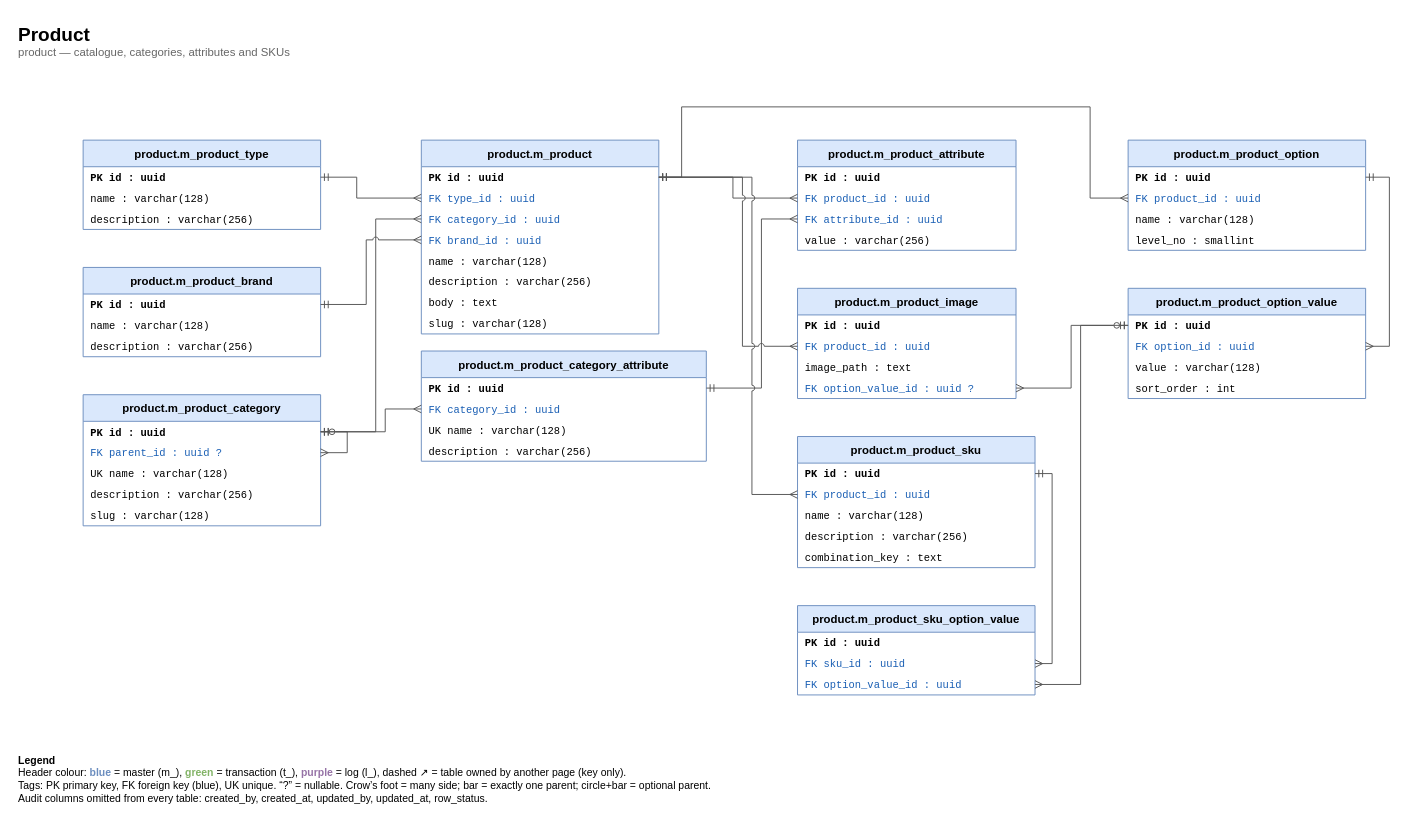
Earlier version of the draw.io diagram page "3 Product" (4 of 8) of e-commerce/db/er-diagram.drawio (ittikornsopawan/system-analysis-and-design). Source tidied: cells renumbered, new cells numbered last; positions are measured from the earlier drawing's top-left corner, leaving out a move shared by most shapes. Both pictures are drawn from the tidied source at 95%, with x=0, y=0 at pixel (16, 16).
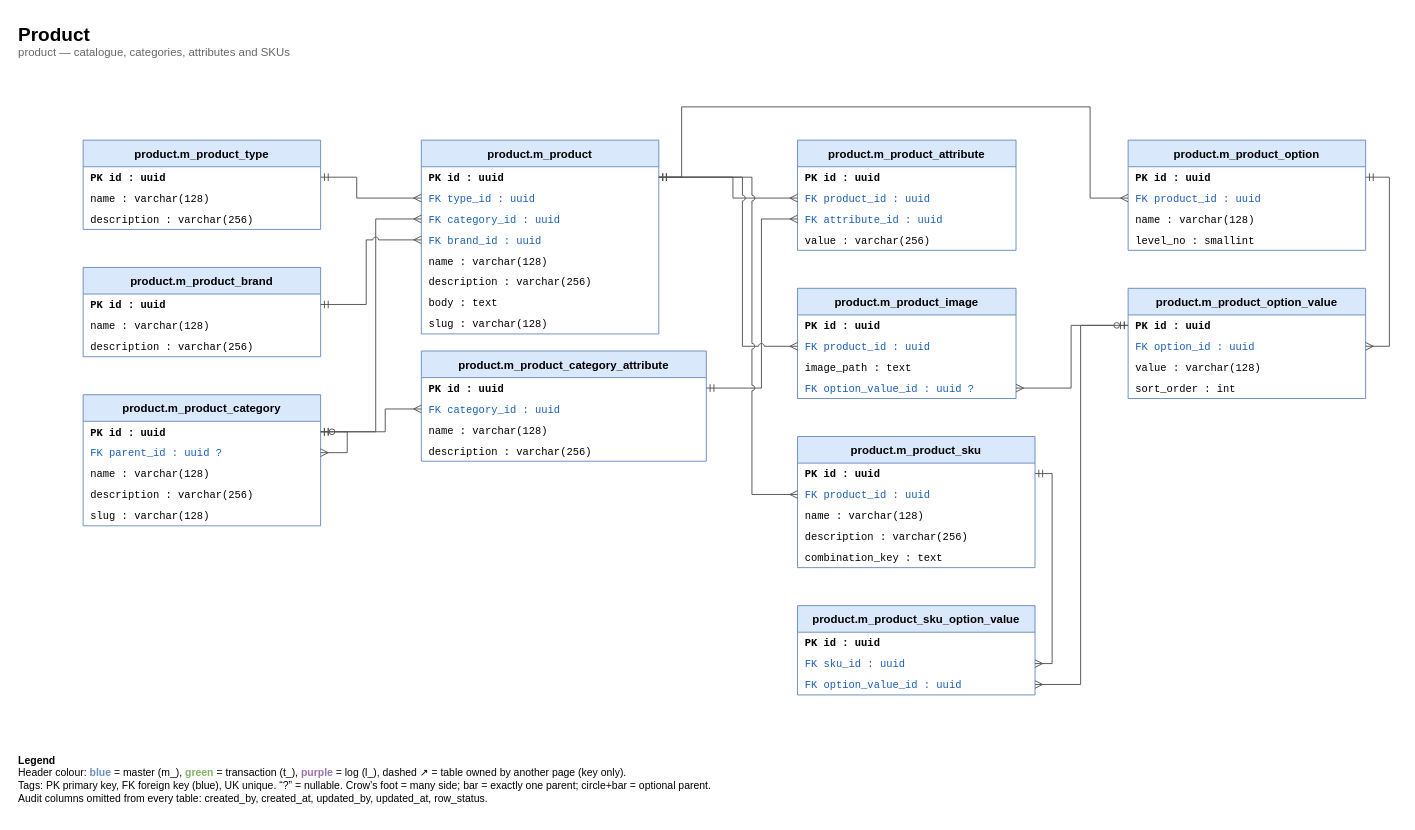
The same diagram, later.

Unchanged cells that the change refers to:
```xml
<mxCell id="11" value="product.m_product_category" style="swimlane;fontStyle=1;horizontal=1;startSize=28;fillColor=#dae8fc;strokeColor=#6c8ebf;swimlaneFillColor=#ffffff;fontSize=12;" parent="1" vertex="1">
  <mxGeometry x="70" y="398" width="250" height="138" as="geometry" />
</mxCell>
<mxCell id="26" value="product.m_product_category_attribute" style="swimlane;fontStyle=1;horizontal=1;startSize=28;fillColor=#dae8fc;strokeColor=#6c8ebf;swimlaneFillColor=#ffffff;fontSize=12;" parent="1" vertex="1">
  <mxGeometry x="426" y="352" width="300" height="116" as="geometry" />
</mxCell>
```

What changed in the source:
```diff
@@
-    <mxCell id="14" value="UK    name : varchar(128)" style="text;html=0;strokeColor=none;fillColor=none;align=left;verticalAlign=middle;spacingLeft=6;spacingRight=4;overflow=hidden;whiteSpace=nowrap;fontFamily=Courier New;fontSize=11;" parent="11" vertex="1">
+    <mxCell id="14" value="      name : varchar(128)" style="text;html=0;strokeColor=none;fillColor=none;align=left;verticalAlign=middle;spacingLeft=6;spacingRight=4;overflow=hidden;whiteSpace=nowrap;fontFamily=Courier New;fontSize=11;" parent="11" vertex="1">
       <mxGeometry y="72" width="250" height="22" as="geometry" />
     </mxCell>
@@
-    <mxCell id="29" value="UK    name : varchar(128)" style="text;html=0;strokeColor=none;fillColor=none;align=left;verticalAlign=middle;spacingLeft=6;spacingRight=4;overflow=hidden;whiteSpace=nowrap;fontFamily=Courier New;fontSize=11;" parent="26" vertex="1">
+    <mxCell id="29" value="      name : varchar(128)" style="text;html=0;strokeColor=none;fillColor=none;align=left;verticalAlign=middle;spacingLeft=6;spacingRight=4;overflow=hidden;whiteSpace=nowrap;fontFamily=Courier New;fontSize=11;" parent="26" vertex="1">
       <mxGeometry y="72" width="300" height="22" as="geometry" />
     </mxCell>
```
